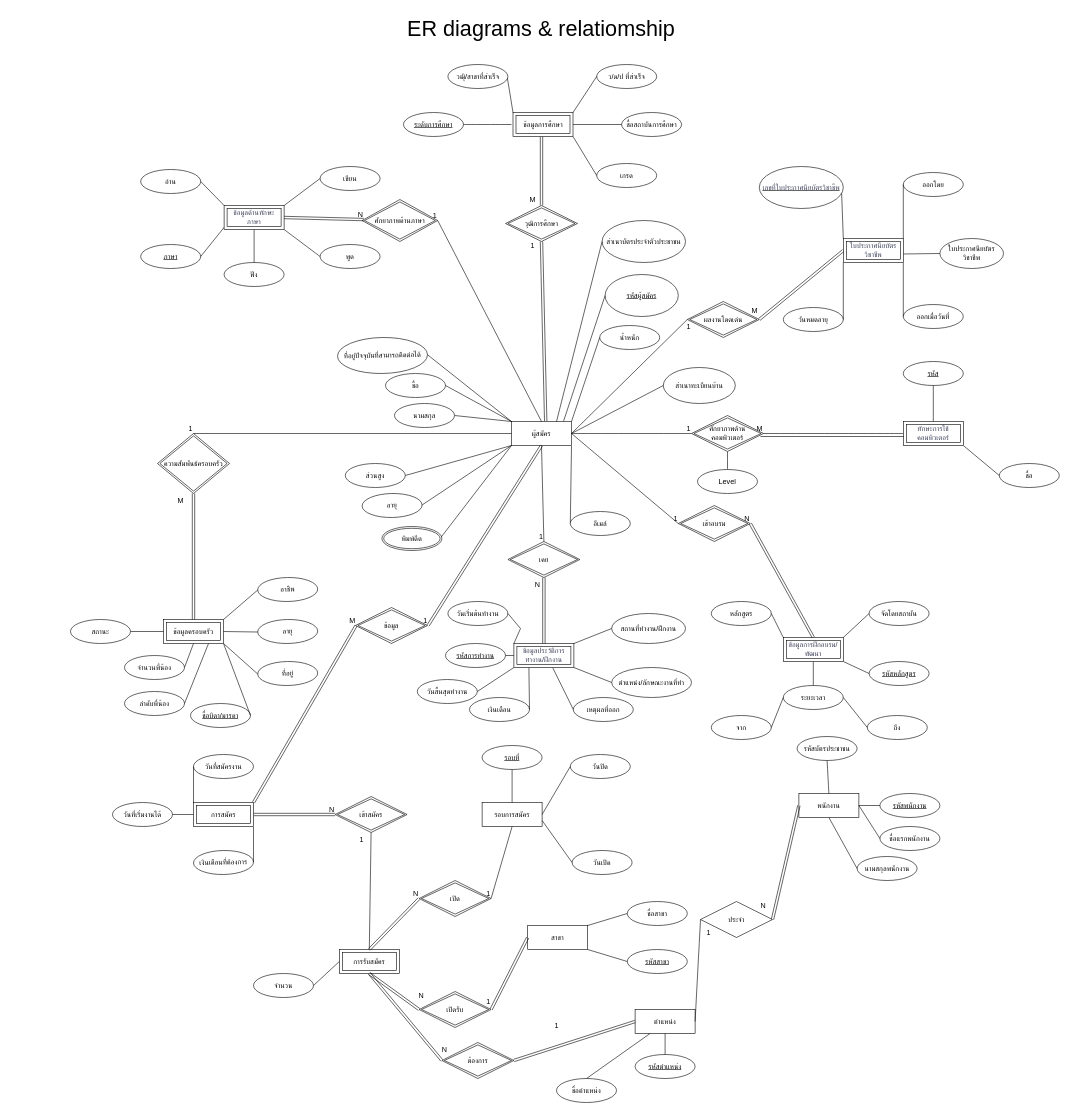
Earlier version of the draw.io diagram page "ER diagrams & Relationship" (2 of 6) of YZ.drawio (Exises/RandomSalt). Source tidied: cells renumbered, new cells numbered last; positions are measured from the earlier drawing's top-left corner, leaving out a move shared by most shapes. Both pictures are drawn from the tidied source at 60%, with x=0, y=0 at pixel (70, 10).
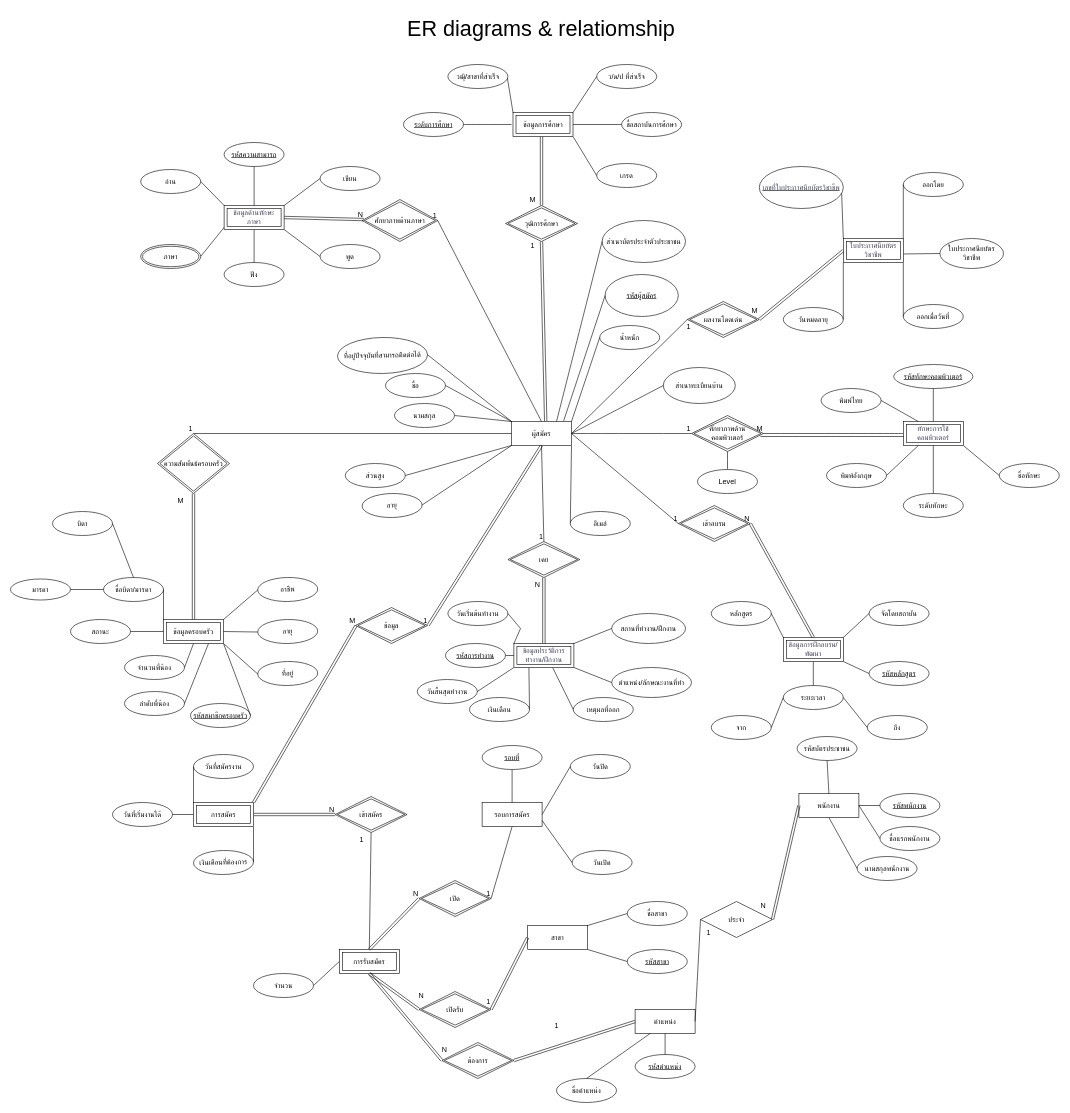
The same diagram, later.

The change refers to these unchanged cells:
```xml
<mxCell id="2" value="ผู้สมัคร" style="whiteSpace=wrap;html=1;align=center;labelBackgroundColor=none;" parent="1" vertex="1">
  <mxGeometry x="735" y="685" width="100" height="40" as="geometry" />
</mxCell>
<mxCell id="14" value="ข้อมูลครอบครัว" style="shape=ext;margin=3;double=1;whiteSpace=wrap;html=1;align=center;labelBackgroundColor=none;" parent="1" vertex="1">
  <mxGeometry x="155" y="1015" width="100" height="40" as="geometry" />
</mxCell>
<mxCell id="70" value="&lt;span style=&quot;color: rgb(57, 60, 86);&quot;&gt;ข้อมูลด้านทักษะภาษา&lt;/span&gt;" style="shape=ext;margin=3;double=1;whiteSpace=wrap;html=1;align=center;labelBackgroundColor=none;" parent="1" vertex="1">
  <mxGeometry x="256" y="325" width="100" height="40" as="geometry" />
</mxCell>
<mxCell id="209" value="&lt;span style=&quot;color: rgb(57, 60, 86);&quot;&gt;ทักษะการใช้คอมพิวเตอร์&lt;/span&gt;" style="shape=ext;margin=3;double=1;whiteSpace=wrap;html=1;align=center;" parent="1" vertex="1">
  <mxGeometry x="1388" y="685" width="100" height="40" as="geometry" />
</mxCell>
```

What changed in the source:
```diff
@@
-    <mxCell id="60" value="&lt;u&gt;ภาษา&lt;/u&gt;" style="ellipse;whiteSpace=wrap;html=1;align=center;labelBackgroundColor=none;" parent="1" vertex="1">
-      <mxGeometry x="117" y="390" width="100" height="40" as="geometry" />
-    </mxCell>
@@
-    <mxCell id="66" style="endArrow=none;html=1;rounded=0;exitX=1;exitY=0.5;exitDx=0;exitDy=0;entryX=0.007;entryY=0.892;entryDx=0;entryDy=0;labelBackgroundColor=none;fontColor=default;entryPerimeter=0;" parent="1" edge="1" source="60" target="70">
+    <mxCell id="66" style="endArrow=none;html=1;rounded=0;entryX=0.007;entryY=0.892;entryDx=0;entryDy=0;labelBackgroundColor=none;fontColor=default;entryPerimeter=0;exitX=1;exitY=0.5;exitDx=0;exitDy=0;" parent="1" edge="1" source="60" target="70">
       <mxGeometry relative="1" as="geometry" />
     </mxCell>
@@
-    <mxCell id="76" value="ชื่อ" style="ellipse;whiteSpace=wrap;html=1;align=center;labelBackgroundColor=none;" parent="1" vertex="1">
+    <mxCell id="76" value="ชื่อ&lt;span style=&quot;text-wrap-mode: nowrap; text-align: left;&quot;&gt;&lt;span style=&quot;color: light-dark(rgb(0, 0, 0), rgb(237, 237, 237)); background-color: transparent;&quot;&gt;ทักษะ&lt;/span&gt;&lt;/span&gt;" style="ellipse;whiteSpace=wrap;html=1;align=center;labelBackgroundColor=none;" parent="1" vertex="1">
       <mxGeometry x="1548" y="755" width="100" height="40" as="geometry" />
     </mxCell>
-    <mxCell id="77" value="&lt;u&gt;รหัส&lt;/u&gt;" style="ellipse;whiteSpace=wrap;html=1;align=center;labelBackgroundColor=none;" parent="1" vertex="1">
-      <mxGeometry x="1388" y="585" width="100" height="40" as="geometry" />
+    <mxCell id="77" value="&lt;font&gt;&lt;font style=&quot;text-align: left; text-wrap-mode: nowrap;&quot;&gt;&lt;u style=&quot;&quot;&gt;รหัส&lt;/u&gt;&lt;/font&gt;&lt;u style=&quot;text-align: left; text-wrap-mode: nowrap;&quot;&gt;&lt;span style=&quot;color: light-dark(rgb(0, 0, 0), rgb(237, 237, 237)); background-color: transparent;&quot;&gt;ทักษะ&lt;/span&gt;&lt;span style=&quot;color: light-dark(rgb(0, 0, 0), rgb(237, 237, 237)); background-color: transparent;&quot;&gt;คอมพิวเตอร์&lt;/span&gt;&lt;/u&gt;&lt;/font&gt;" style="ellipse;whiteSpace=wrap;html=1;align=center;labelBackgroundColor=none;" parent="1" vertex="1">
+      <mxGeometry x="1372" y="590" width="132" height="40" as="geometry" />
     </mxCell>
@@
-    <mxCell id="176" style="endArrow=none;html=1;rounded=0;exitX=0;exitY=1;exitDx=0;exitDy=0;entryX=1;entryY=0.5;entryDx=0;entryDy=0;" parent="1" edge="1" source="2">
-      <mxGeometry relative="1" as="geometry">
-        <mxPoint x="616" y="880" as="targetPoint" />
-      </mxGeometry>
-    </mxCell>
@@
-    <mxCell id="187" value="&lt;u&gt;ชื่อบิดา/มารดา&lt;/u&gt;" style="ellipse;whiteSpace=wrap;html=1;align=center;" parent="1" vertex="1">
+    <mxCell id="187" value="&lt;u&gt;รหัสสมาชิกครอบครัว&lt;/u&gt;" style="ellipse;whiteSpace=wrap;html=1;align=center;" parent="1" vertex="1">
       <mxGeometry x="200" y="1155" width="100" height="40" as="geometry" />
     </mxCell>
@@
-    <mxCell id="199" value="พิมพ์ดีด" style="ellipse;shape=doubleEllipse;margin=3;whiteSpace=wrap;html=1;align=center;" parent="1" vertex="1">
-      <mxGeometry x="519" y="860" width="100" height="40" as="geometry" />
-    </mxCell>
@@
+    <mxCell id="214" value="ชื่อบิดา/มารดา" style="ellipse;whiteSpace=wrap;html=1;align=center;" parent="1" vertex="1">
+      <mxGeometry x="55" y="945" width="100" height="40" as="geometry" />
+    </mxCell>
+    <mxCell id="215" value="บิดา" style="ellipse;whiteSpace=wrap;html=1;align=center;" parent="1" vertex="1">
+      <mxGeometry x="-30" y="835" width="100" height="40" as="geometry" />
+    </mxCell>
+    <mxCell id="216" value="มารดา" style="ellipse;whiteSpace=wrap;html=1;align=center;" parent="1" vertex="1">
+      <mxGeometry x="-100" y="947.5" width="100" height="35" as="geometry" />
+    </mxCell>
+    <mxCell id="217" style="endArrow=none;html=1;rounded=0;entryX=0;entryY=0;entryDx=0;entryDy=0;exitX=1;exitY=0.5;exitDx=0;exitDy=0;" parent="1" edge="1" source="214" target="14">
+      <mxGeometry relative="1" as="geometry" />
+    </mxCell>
+    <mxCell id="218" style="endArrow=none;html=1;rounded=0;entryX=0.5;entryY=0;entryDx=0;entryDy=0;exitX=1;exitY=0.5;exitDx=0;exitDy=0;" parent="1" edge="1" source="215" target="214">
+      <mxGeometry relative="1" as="geometry" />
+    </mxCell>
+    <mxCell id="219" style="endArrow=none;html=1;rounded=0;entryX=0;entryY=0.5;entryDx=0;entryDy=0;exitX=1;exitY=0.5;exitDx=0;exitDy=0;" parent="1" edge="1" source="216" target="214">
+      <mxGeometry relative="1" as="geometry" />
+    </mxCell>
+    <mxCell id="220" value="รหัสความสามารถ" style="ellipse;whiteSpace=wrap;html=1;align=center;fontStyle=4;" parent="1" vertex="1">
+      <mxGeometry x="256" y="220" width="100" height="40" as="geometry" />
+    </mxCell>
+    <mxCell id="221" style="endArrow=none;html=1;rounded=0;entryX=0.5;entryY=1;entryDx=0;entryDy=0;exitX=0.5;exitY=0;exitDx=0;exitDy=0;" parent="1" edge="1" source="70" target="220">
+      <mxGeometry relative="1" as="geometry" />
+    </mxCell>
+    <mxCell id="60" value="ภาษา" style="ellipse;shape=doubleEllipse;margin=3;whiteSpace=wrap;html=1;align=center;" parent="1" vertex="1">
+      <mxGeometry x="117" y="390" width="100" height="40" as="geometry" />
+    </mxCell>
+    <mxCell id="222" value="ระดับ&lt;span style=&quot;text-wrap-mode: nowrap; text-align: left;&quot;&gt;&lt;span style=&quot;color: light-dark(rgb(0, 0, 0), rgb(237, 237, 237)); background-color: transparent;&quot;&gt;ทักษะ&lt;/span&gt;&lt;/span&gt;" style="ellipse;whiteSpace=wrap;html=1;align=center;" parent="1" vertex="1">
+      <mxGeometry x="1388" y="805" width="100" height="40" as="geometry" />
+    </mxCell>
+    <mxCell id="223" style="endArrow=none;html=1;rounded=0;entryX=0.5;entryY=1;entryDx=0;entryDy=0;exitX=0.5;exitY=0;exitDx=0;exitDy=0;" parent="1" edge="1" source="222" target="209">
+      <mxGeometry relative="1" as="geometry" />
+    </mxCell>
+    <mxCell id="224" value="พิมพ์อังกฤษ" style="ellipse;whiteSpace=wrap;html=1;align=center;" parent="1" vertex="1">
+      <mxGeometry x="1260" y="755" width="100" height="40" as="geometry" />
+    </mxCell>
+    <mxCell id="225" value="พิมพ์ไทย" style="ellipse;whiteSpace=wrap;html=1;align=center;" parent="1" vertex="1">
+      <mxGeometry x="1251" y="630" width="100" height="40" as="geometry" />
+    </mxCell>
+    <mxCell id="226" style="endArrow=none;html=1;rounded=0;exitX=1;exitY=0.5;exitDx=0;exitDy=0;entryX=0.25;entryY=1;entryDx=0;entryDy=0;" parent="1" edge="1" source="224" target="209">
+      <mxGeometry relative="1" as="geometry" />
+    </mxCell>
+    <mxCell id="227" style="endArrow=none;html=1;rounded=0;exitX=1;exitY=0.5;exitDx=0;exitDy=0;entryX=0.25;entryY=0;entryDx=0;entryDy=0;" parent="1" edge="1" source="225" target="209">
+      <mxGeometry relative="1" as="geometry" />
+    </mxCell>
```
